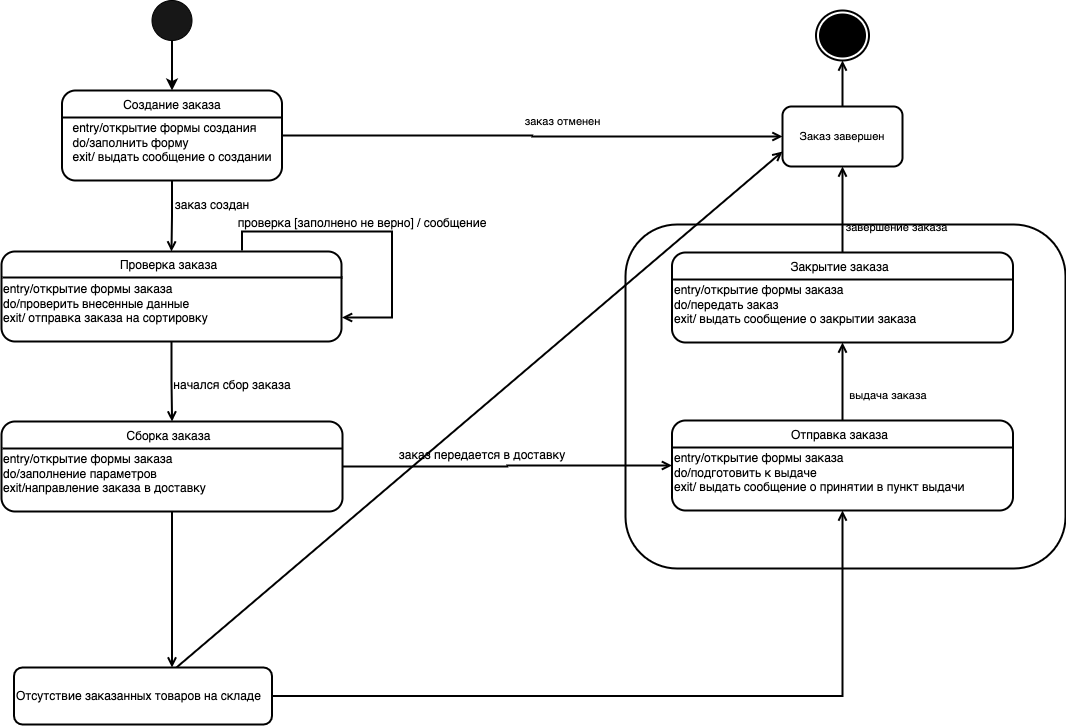
The draw.io diagram Диаграмма состояний.drawio.png in shutenkovika/uml, before a commit. Source tidied: cells renumbered, new cells last; positions are measured from the earlier drawing's top-left corner, leaving out a move shared by most shapes. Source of this version:
```xml
<mxGraphModel>
  <root>
    <mxCell id="0" />
    <mxCell id="1" parent="0" />
    <mxCell id="2" style="rounded=1;whiteSpace=wrap;html=1;fontSize=11;strokeWidth=2;fillColor=none;" parent="1" vertex="1">
      <mxGeometry x="624" y="224" width="440" height="344" as="geometry" />
    </mxCell>
    <mxCell id="3" style="edgeStyle=orthogonalEdgeStyle;rounded=0;jettySize=auto;html=1;strokeWidth=2;" parent="1" edge="1" source="4" target="7">
      <mxGeometry relative="1" as="geometry" />
    </mxCell>
    <mxCell id="4" style="ellipse;whiteSpace=wrap;html=1;fillColor=#171717;" parent="1" vertex="1">
      <mxGeometry x="150.5" width="40" height="40" as="geometry" />
    </mxCell>
    <mxCell id="5" style="edgeStyle=orthogonalEdgeStyle;rounded=0;jettySize=auto;html=1;strokeWidth=2;endArrow=open;endFill=0;" parent="1" edge="1" source="7" target="11">
      <mxGeometry relative="1" as="geometry" />
    </mxCell>
    <mxCell id="6" style="edgeStyle=orthogonalEdgeStyle;rounded=0;jettySize=auto;html=1;entryX=0;entryY=0.5;entryDx=0;entryDy=0;fontSize=11;endArrow=open;endFill=0;strokeWidth=2;" parent="1" edge="1" source="7" target="33">
      <mxGeometry relative="1" as="geometry" />
    </mxCell>
    <mxCell id="7" value="&lt;div style=&quot;text-align: left&quot;&gt;&lt;span&gt;&lt;br&gt;&lt;/span&gt;&lt;/div&gt;&lt;div style=&quot;text-align: left&quot;&gt;&lt;span&gt;entry/открытие формы создания&lt;/span&gt;&lt;/div&gt;&lt;div style=&quot;text-align: left&quot;&gt;do/заполнить форму&lt;/div&gt;&lt;div style=&quot;text-align: left&quot;&gt;exit/ выдать сообщение о создании&lt;/div&gt;" style="rounded=1;whiteSpace=wrap;html=1;strokeWidth=2;" parent="1" vertex="1">
      <mxGeometry x="60.5" y="90" width="220" height="90" as="geometry" />
    </mxCell>
    <mxCell id="8" style="line;strokeWidth=2;fillColor=none;align=left;verticalAlign=middle;spacingTop=-1;spacingLeft=3;spacingRight=3;labelPosition=right;" parent="1" vertex="1">
      <mxGeometry x="60.5" y="113" width="220" height="8" as="geometry" />
    </mxCell>
    <mxCell id="9" value="&lt;span&gt;Создание заказа&lt;/span&gt;" style="text;html=1;strokeColor=none;fillColor=none;align=center;verticalAlign=middle;whiteSpace=wrap;rounded=0;strokeWidth=2;" parent="1" vertex="1">
      <mxGeometry x="70.5" y="90" width="200" height="30" as="geometry" />
    </mxCell>
    <mxCell id="10" style="group;" parent="1" vertex="1">
      <mxGeometry y="250" width="341" height="91" as="geometry" />
    </mxCell>
    <mxCell id="11" value="&lt;div&gt;&lt;span&gt;&lt;br&gt;&lt;/span&gt;&lt;/div&gt;&lt;div&gt;&lt;span&gt;entry/открытие формы заказа&lt;/span&gt;&lt;/div&gt;&lt;div&gt;do/проверить внесенные данные&lt;/div&gt;&lt;div&gt;exit/ отправка заказа на сортировку&lt;/div&gt;" style="rounded=1;whiteSpace=wrap;html=1;strokeWidth=2;align=left;" parent="10" vertex="1">
      <mxGeometry y="1" width="340" height="90" as="geometry" />
    </mxCell>
    <mxCell id="12" value="&lt;span&gt;Проверка заказа&lt;/span&gt;" style="text;html=1;strokeColor=none;fillColor=none;align=center;verticalAlign=middle;whiteSpace=wrap;rounded=0;strokeWidth=2;" parent="10" vertex="1">
      <mxGeometry x="45" width="245" height="30" as="geometry" />
    </mxCell>
    <mxCell id="13" style="line;strokeWidth=2;fillColor=none;align=left;verticalAlign=middle;spacingTop=-1;spacingLeft=3;spacingRight=3;labelPosition=right;" parent="10" vertex="1">
      <mxGeometry x="1" y="23" width="340" height="8" as="geometry" />
    </mxCell>
    <mxCell id="14" style="edgeStyle=orthogonalEdgeStyle;rounded=0;jettySize=auto;html=1;endArrow=open;endFill=0;strokeWidth=2;" parent="1" edge="1" source="16" target="24">
      <mxGeometry relative="1" as="geometry" />
    </mxCell>
    <mxCell id="15" style="edgeStyle=orthogonalEdgeStyle;rounded=0;jettySize=auto;html=1;fontSize=11;endArrow=open;endFill=0;strokeWidth=2;" parent="1" edge="1" source="16" target="41">
      <mxGeometry relative="1" as="geometry">
        <Array as="points">
          <mxPoint x="171" y="716" />
          <mxPoint x="171" y="716" />
        </Array>
      </mxGeometry>
    </mxCell>
    <mxCell id="16" value="&lt;div&gt;&lt;span&gt;&lt;br&gt;&lt;/span&gt;&lt;/div&gt;&lt;div&gt;&lt;span&gt;entry/открытие формы заказа&lt;/span&gt;&lt;/div&gt;&lt;div&gt;do/заполнение параметров&lt;/div&gt;&lt;div&gt;exit/направление заказа в доставку&lt;/div&gt;" style="rounded=1;whiteSpace=wrap;html=1;strokeWidth=2;align=left;" parent="1" vertex="1">
      <mxGeometry y="421" width="341" height="90" as="geometry" />
    </mxCell>
    <mxCell id="17" value="Сборка заказа" style="text;html=1;strokeColor=none;fillColor=none;align=center;verticalAlign=middle;whiteSpace=wrap;rounded=0;strokeWidth=2;" parent="16" vertex="1">
      <mxGeometry x="45" width="245" height="30" as="geometry" />
    </mxCell>
    <mxCell id="18" style="line;strokeWidth=2;fillColor=none;align=left;verticalAlign=middle;spacingTop=-1;spacingLeft=3;spacingRight=3;labelPosition=right;" parent="16" vertex="1">
      <mxGeometry x="1" y="23" width="340" height="8" as="geometry" />
    </mxCell>
    <mxCell id="19" style="edgeStyle=orthogonalEdgeStyle;rounded=0;jettySize=auto;html=1;strokeWidth=2;endArrow=open;endFill=0;" parent="1" edge="1" source="11" target="16">
      <mxGeometry relative="1" as="geometry" />
    </mxCell>
    <mxCell id="20" style="edgeStyle=orthogonalEdgeStyle;rounded=0;orthogonalLoop=1;jettySize=auto;html=1;entryX=1;entryY=0.844;entryDx=0;entryDy=0;entryPerimeter=0;strokeWidth=2;endArrow=open;endFill=0;" parent="1" edge="1">
      <mxGeometry relative="1" as="geometry">
        <mxPoint x="240.5" y="250" as="sourcePoint" />
        <mxPoint x="340.5" y="317" as="targetPoint" />
        <Array as="points">
          <mxPoint x="240.5" y="250" />
          <mxPoint x="240.5" y="231" />
          <mxPoint x="390.5" y="231" />
          <mxPoint x="390.5" y="317" />
        </Array>
      </mxGeometry>
    </mxCell>
    <mxCell id="21" value="заказ создан" style="text;html=1;strokeColor=none;fillColor=none;align=center;verticalAlign=middle;whiteSpace=wrap;rounded=0;" parent="1" vertex="1">
      <mxGeometry x="170.5" y="190" width="80" height="30" as="geometry" />
    </mxCell>
    <mxCell id="22" value="проверка [заполнено не верно] / сообщение" style="text;html=1;strokeColor=none;fillColor=none;align=center;verticalAlign=middle;whiteSpace=wrap;rounded=0;" parent="1" vertex="1">
      <mxGeometry x="230.5" y="208" width="260" height="30" as="geometry" />
    </mxCell>
    <mxCell id="23" style="edgeStyle=orthogonalEdgeStyle;rounded=0;jettySize=auto;html=1;endArrow=open;endFill=0;strokeWidth=2;" parent="1" edge="1" source="24" target="28">
      <mxGeometry relative="1" as="geometry" />
    </mxCell>
    <mxCell id="24" value="&lt;div&gt;&lt;span&gt;&lt;br&gt;&lt;/span&gt;&lt;/div&gt;&lt;div&gt;&lt;span&gt;entry/открытие формы заказа&lt;/span&gt;&lt;/div&gt;&lt;div&gt;do/подготовить к выдаче&lt;/div&gt;&lt;div&gt;exit/ выдать сообщение о принятии в пункт выдачи&lt;/div&gt;" style="rounded=1;whiteSpace=wrap;html=1;strokeWidth=2;align=left;" parent="1" vertex="1">
      <mxGeometry x="670.5" y="420" width="341" height="90" as="geometry" />
    </mxCell>
    <mxCell id="25" value="Отправка заказа" style="text;html=1;strokeColor=none;fillColor=none;align=center;verticalAlign=middle;whiteSpace=wrap;rounded=0;strokeWidth=2;" parent="24" vertex="1">
      <mxGeometry x="45" width="245" height="30" as="geometry" />
    </mxCell>
    <mxCell id="26" style="line;strokeWidth=2;fillColor=none;align=left;verticalAlign=middle;spacingTop=-1;spacingLeft=3;spacingRight=3;labelPosition=right;" parent="24" vertex="1">
      <mxGeometry x="1" y="23" width="340" height="8" as="geometry" />
    </mxCell>
    <mxCell id="27" style="edgeStyle=orthogonalEdgeStyle;rounded=0;jettySize=auto;html=1;entryX=0.5;entryY=1;entryDx=0;entryDy=0;fontSize=11;endArrow=open;endFill=0;strokeWidth=2;" parent="1" edge="1" source="28" target="33">
      <mxGeometry relative="1" as="geometry" />
    </mxCell>
    <mxCell id="28" value="&lt;div&gt;&lt;span&gt;&lt;br&gt;&lt;/span&gt;&lt;/div&gt;&lt;div&gt;&lt;span&gt;entry/открытие формы заказа&lt;/span&gt;&lt;/div&gt;&lt;div&gt;do/передать заказ&lt;/div&gt;&lt;div&gt;exit/ выдать сообщение о закрытии заказа&lt;/div&gt;" style="rounded=1;whiteSpace=wrap;html=1;strokeWidth=2;align=left;" parent="1" vertex="1">
      <mxGeometry x="670.5" y="252" width="341" height="90" as="geometry" />
    </mxCell>
    <mxCell id="29" value="Закрытие заказа" style="text;html=1;strokeColor=none;fillColor=none;align=center;verticalAlign=middle;whiteSpace=wrap;rounded=0;strokeWidth=2;" parent="28" vertex="1">
      <mxGeometry x="45" width="245" height="30" as="geometry" />
    </mxCell>
    <mxCell id="30" style="line;strokeWidth=2;fillColor=none;align=left;verticalAlign=middle;spacingTop=-1;spacingLeft=3;spacingRight=3;labelPosition=right;" parent="28" vertex="1">
      <mxGeometry x="1" y="23" width="340" height="8" as="geometry" />
    </mxCell>
    <mxCell id="31" style="ellipse;html=1;shape=endState;fillColor=#000000;strokeColor=#000000;strokeWidth=2;" parent="1" vertex="1">
      <mxGeometry x="814.5" y="10" width="53" height="50" as="geometry" />
    </mxCell>
    <mxCell id="32" style="edgeStyle=orthogonalEdgeStyle;rounded=0;jettySize=auto;html=1;entryX=0.5;entryY=1;entryDx=0;entryDy=0;fontSize=11;endArrow=open;endFill=0;strokeWidth=2;" parent="1" edge="1" source="33" target="31">
      <mxGeometry relative="1" as="geometry" />
    </mxCell>
    <mxCell id="33" value="Заказ завершен" style="rounded=1;whiteSpace=wrap;html=1;fontSize=11;strokeWidth=2;" parent="1" vertex="1">
      <mxGeometry x="781" y="106" width="120" height="60" as="geometry" />
    </mxCell>
    <mxCell id="34" value="начался сбор заказа" style="text;html=1;strokeColor=none;fillColor=none;align=center;verticalAlign=middle;whiteSpace=wrap;rounded=0;" parent="1" vertex="1">
      <mxGeometry x="170.5" y="370" width="120" height="30" as="geometry" />
    </mxCell>
    <mxCell id="35" value="заказ передается в доставку" style="text;html=1;strokeColor=none;fillColor=none;align=center;verticalAlign=middle;whiteSpace=wrap;rounded=0;" parent="1" vertex="1">
      <mxGeometry x="370.5" y="440" width="220" height="30" as="geometry" />
    </mxCell>
    <mxCell id="36" value="выдача заказа&amp;nbsp;" style="text;html=1;strokeColor=none;fillColor=none;align=center;verticalAlign=middle;whiteSpace=wrap;rounded=0;fontSize=11;" parent="1" vertex="1">
      <mxGeometry x="841" y="380" width="95" height="30" as="geometry" />
    </mxCell>
    <mxCell id="37" value="завершение заказа&amp;nbsp;" style="text;html=1;strokeColor=none;fillColor=none;align=center;verticalAlign=middle;whiteSpace=wrap;rounded=0;fontSize=11;" parent="1" vertex="1">
      <mxGeometry x="841" y="212" width="112" height="30" as="geometry" />
    </mxCell>
    <mxCell id="38" value="заказ отменен" style="text;html=1;strokeColor=none;fillColor=none;align=center;verticalAlign=middle;whiteSpace=wrap;rounded=0;fontSize=11;" parent="1" vertex="1">
      <mxGeometry x="502" y="106" width="118.5" height="30" as="geometry" />
    </mxCell>
    <mxCell id="39" style="rounded=0;jettySize=auto;html=1;entryX=0;entryY=0.75;entryDx=0;entryDy=0;fontSize=11;endArrow=open;endFill=0;strokeWidth=2;" parent="1" edge="1" source="41" target="33">
      <mxGeometry relative="1" as="geometry" />
    </mxCell>
    <mxCell id="40" style="edgeStyle=orthogonalEdgeStyle;rounded=0;jettySize=auto;html=1;fontSize=11;endArrow=open;endFill=0;strokeWidth=2;" parent="1" edge="1" source="41" target="24">
      <mxGeometry relative="1" as="geometry" />
    </mxCell>
    <mxCell id="41" value="Отсутствие заказанных товаров на складе" style="rounded=1;whiteSpace=wrap;html=1;strokeWidth=2;align=left;" parent="1" vertex="1">
      <mxGeometry x="12.5" y="667" width="258" height="57" as="geometry" />
    </mxCell>
  </root>
</mxGraphModel>
```
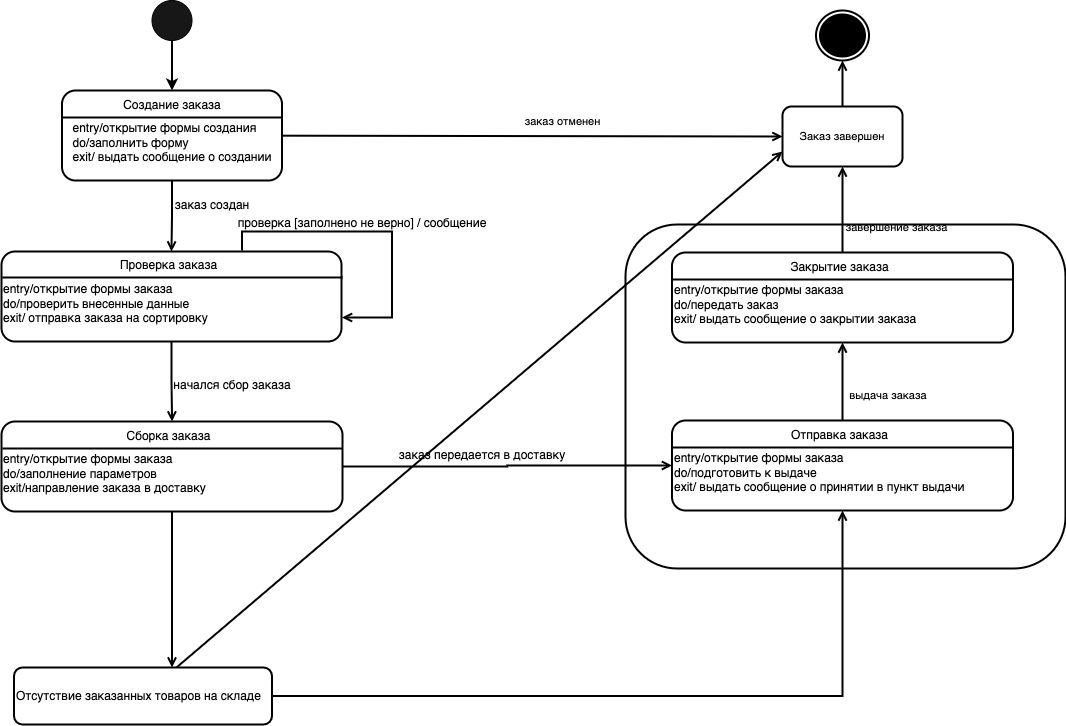
After the change.

Change to the diagram source:
```diff
@@ -14,7 +14,7 @@
     <mxCell id="5" style="edgeStyle=orthogonalEdgeStyle;rounded=0;jettySize=auto;html=1;strokeWidth=2;endArrow=open;endFill=0;" parent="1" edge="1" source="7" target="11">
       <mxGeometry relative="1" as="geometry" />
     </mxCell>
-    <mxCell id="6" style="edgeStyle=orthogonalEdgeStyle;rounded=0;jettySize=auto;html=1;entryX=0;entryY=0.5;entryDx=0;entryDy=0;fontSize=11;endArrow=open;endFill=0;strokeWidth=2;" parent="1" edge="1" source="7" target="33">
+    <mxCell id="6" style="rounded=0;jettySize=auto;html=1;entryX=0;entryY=0.5;entryDx=0;entryDy=0;fontSize=11;endArrow=open;endFill=0;strokeWidth=2;" parent="1" edge="1" source="7" target="33">
       <mxGeometry relative="1" as="geometry" />
     </mxCell>
     <mxCell id="7" value="&lt;div style=&quot;text-align: left&quot;&gt;&lt;span&gt;&lt;br&gt;&lt;/span&gt;&lt;/div&gt;&lt;div style=&quot;text-align: left&quot;&gt;&lt;span&gt;entry/открытие формы создания&lt;/span&gt;&lt;/div&gt;&lt;div style=&quot;text-align: left&quot;&gt;do/заполнить форму&lt;/div&gt;&lt;div style=&quot;text-align: left&quot;&gt;exit/ выдать сообщение о создании&lt;/div&gt;" style="rounded=1;whiteSpace=wrap;html=1;strokeWidth=2;" parent="1" vertex="1">
```
